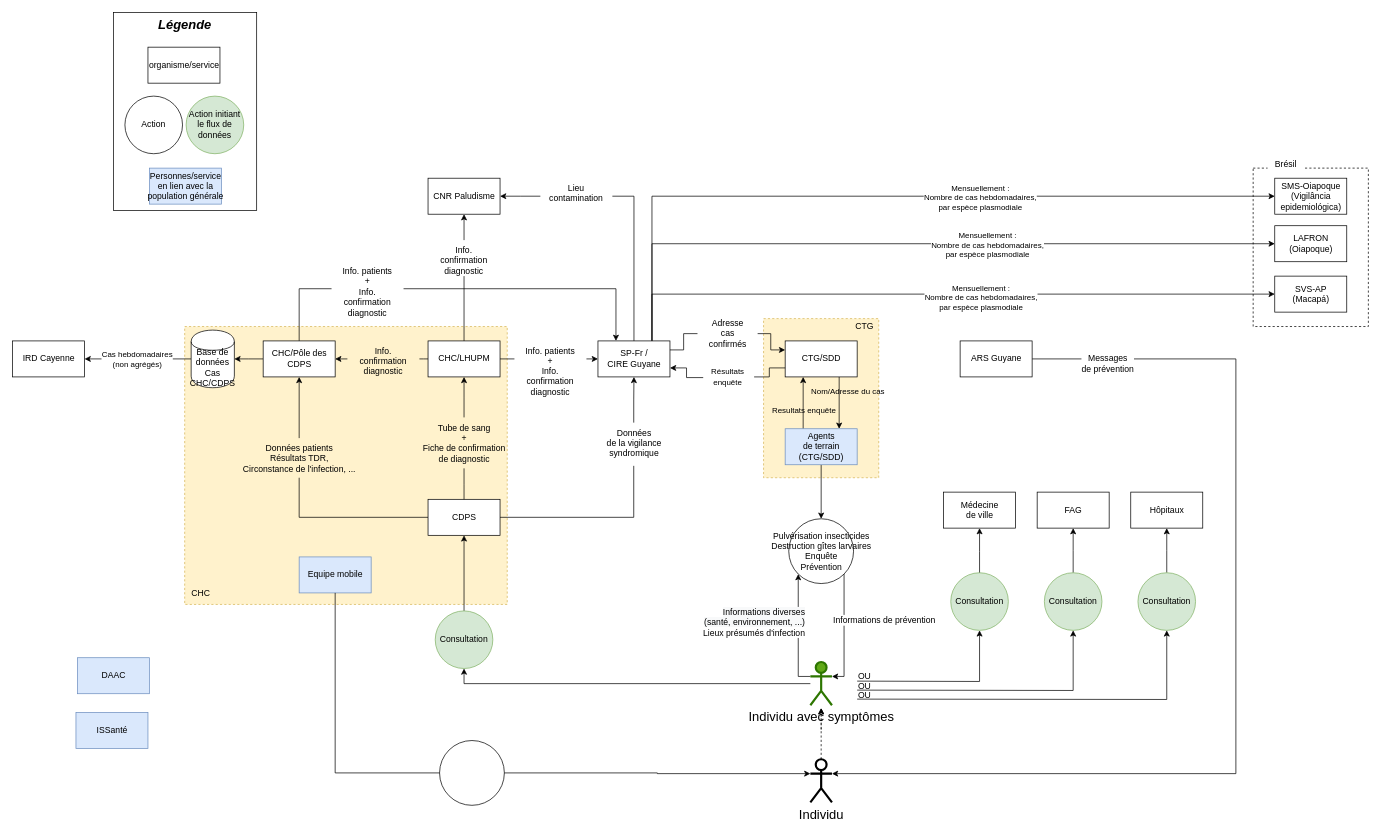
This is Paludisme_FR-GF.drawio from EmmanuelRouxIRD/VigiFront-Saude, a draw.io file, before an edit. Source tidied: cells renumbered, new cells numbered last; positions are measured from the earlier drawing's top-left corner, leaving out a move shared by most shapes. Both pictures are drawn from the tidied source at 72%, with x=0, y=0 at pixel (12, 12).
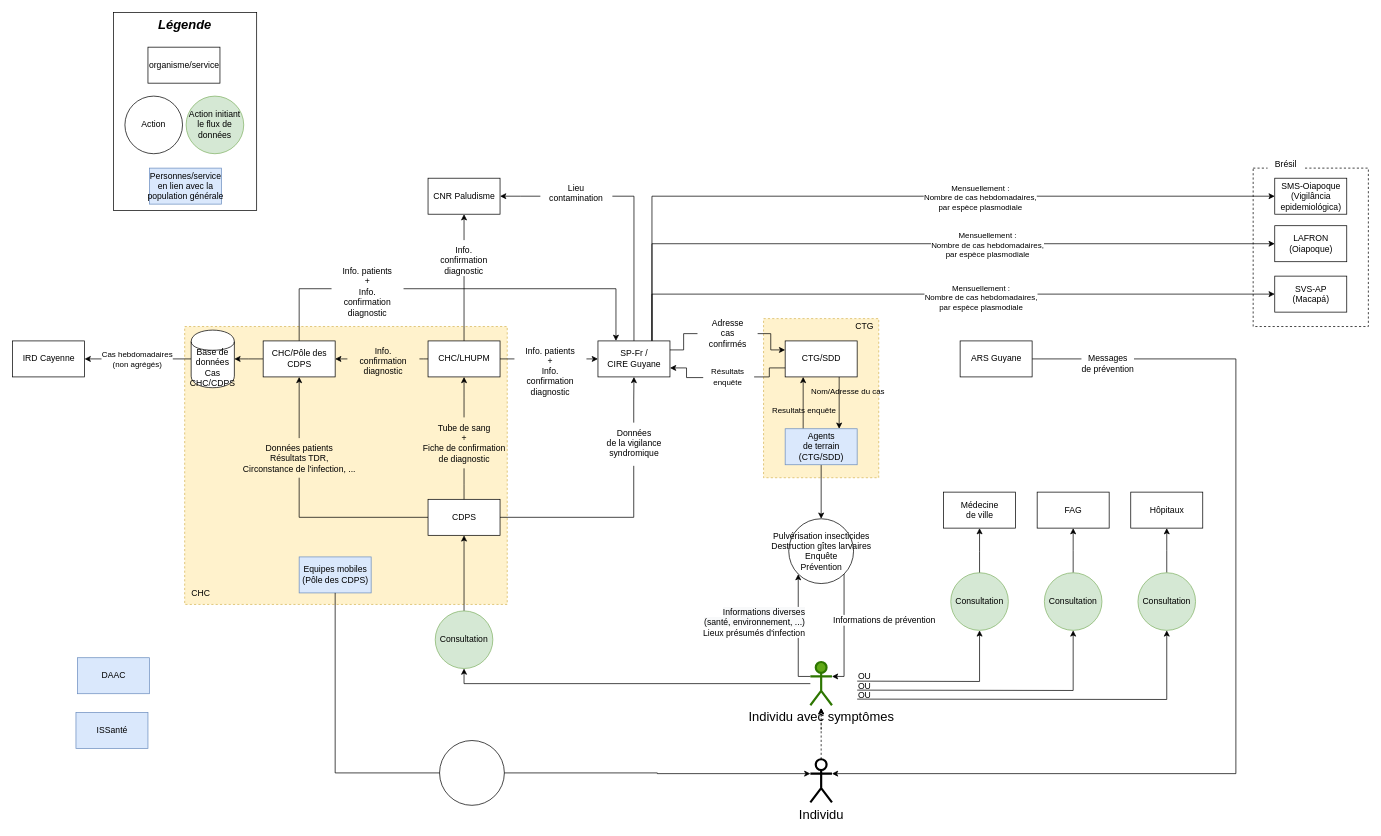
The same page after the edit.

Commit message (it also covers changes not shown here):
Mettre à jour Paludisme_FR-GF.drawio

Diff of the diagram source:
```diff
@@
-    <mxCell id="85" value="Equipe mobile" style="html=1;dashed=0;whitespace=wrap;fillColor=#dae8fc;strokeColor=#6c8ebf;" parent="1" vertex="1">
+    <mxCell id="85" value="Equipes mobiles&lt;br&gt;(Pôle des CDPS)" style="html=1;dashed=0;whitespace=wrap;fillColor=#dae8fc;strokeColor=#6c8ebf;" parent="1" vertex="1">
       <mxGeometry x="398" y="756" width="100" height="50" as="geometry" />
     </mxCell>
```
